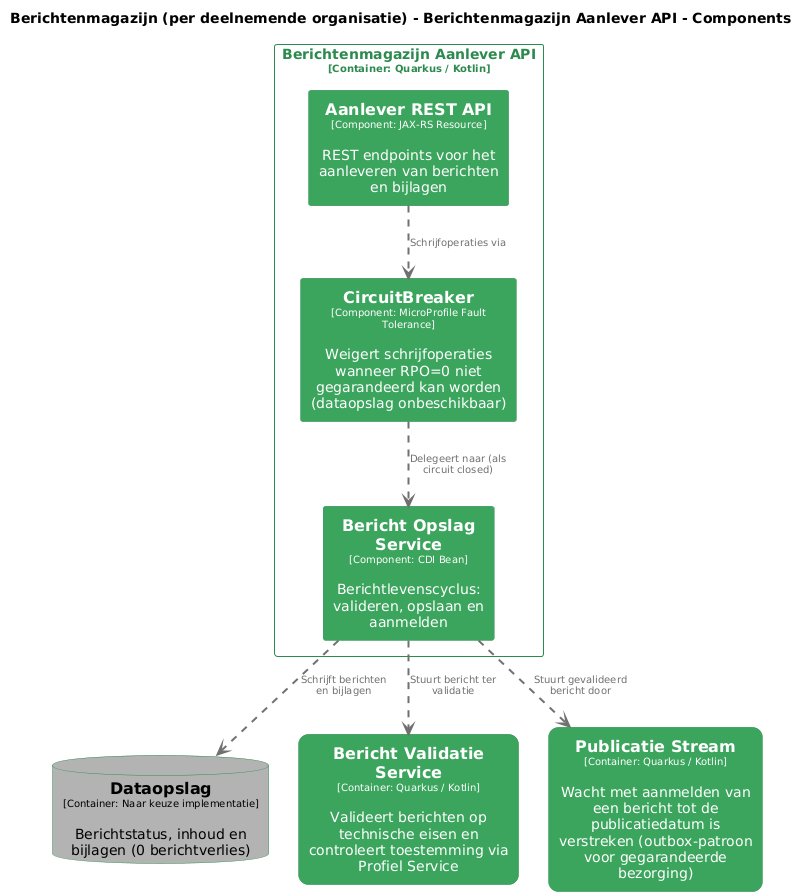
MinBZK/moza-poc-fbs-berichtenbox keeps this PlantUML diagram as pr-preview/pr-22/master/png/AanleverAPIComponenten.png. Above is the earlier version.
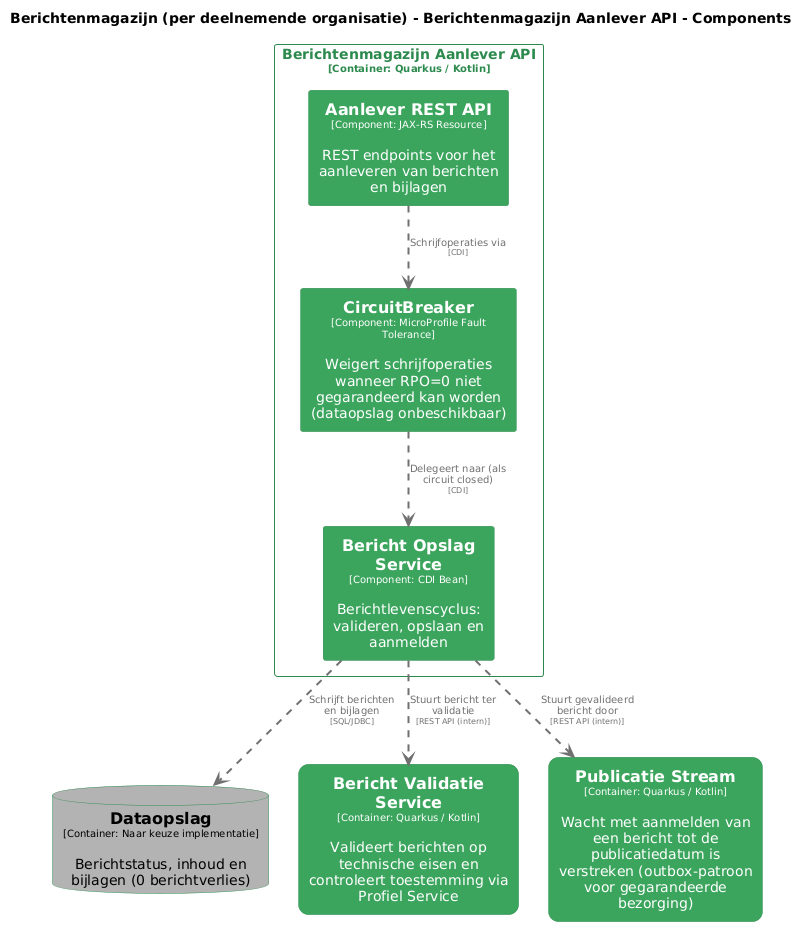
The same file after the commit.

Change to the diagram source:
```diff
@@ -69,9 +69,9 @@
   rectangle "==Bericht Opslag Service\n<size:10>[Component: CDI Bean]</size>\n\nBerichtlevenscyclus: valideren, opslaan en aanmelden" <<Berichtenmagazijnperdeelnemendeorganisatie.BerichtenmagazijnAanleverAPI.BerichtOpslagService>> as Berichtenmagazijnperdeelnemendeorganisatie.BerichtenmagazijnAanleverAPI.BerichtOpslagService
 }
 
-Berichtenmagazijnperdeelnemendeorganisatie.BerichtenmagazijnAanleverAPI.AanleverRESTAPI .[#707070,thickness=2].> Berichtenmagazijnperdeelnemendeorganisatie.BerichtenmagazijnAanleverAPI.CircuitBreaker : "<color:#707070>Schrijfoperaties via"
-Berichtenmagazijnperdeelnemendeorganisatie.BerichtenmagazijnAanleverAPI.CircuitBreaker .[#707070,thickness=2].> Berichtenmagazijnperdeelnemendeorganisatie.BerichtenmagazijnAanleverAPI.BerichtOpslagService : "<color:#707070>Delegeert naar (als circuit closed)"
-Berichtenmagazijnperdeelnemendeorganisatie.BerichtenmagazijnAanleverAPI.BerichtOpslagService .[#707070,thickness=2].> Berichtenmagazijnperdeelnemendeorganisatie.Dataopslag : "<color:#707070>Schrijft berichten en bijlagen"
-Berichtenmagazijnperdeelnemendeorganisatie.BerichtenmagazijnAanleverAPI.BerichtOpslagService .[#707070,thickness=2].> Berichtenmagazijnperdeelnemendeorganisatie.BerichtValidatieService : "<color:#707070>Stuurt bericht ter validatie"
-Berichtenmagazijnperdeelnemendeorganisatie.BerichtenmagazijnAanleverAPI.BerichtOpslagService .[#707070,thickness=2].> Berichtenmagazijnperdeelnemendeorganisatie.PublicatieStream : "<color:#707070>Stuurt gevalideerd bericht door"
+Berichtenmagazijnperdeelnemendeorganisatie.BerichtenmagazijnAanleverAPI.AanleverRESTAPI .[#707070,thickness=2].> Berichtenmagazijnperdeelnemendeorganisatie.BerichtenmagazijnAanleverAPI.CircuitBreaker : "<color:#707070>Schrijfoperaties via\n<color:#707070><size:8>[CDI]</size>"
+Berichtenmagazijnperdeelnemendeorganisatie.BerichtenmagazijnAanleverAPI.CircuitBreaker .[#707070,thickness=2].> Berichtenmagazijnperdeelnemendeorganisatie.BerichtenmagazijnAanleverAPI.BerichtOpslagService : "<color:#707070>Delegeert naar (als circuit closed)\n<color:#707070><size:8>[CDI]</size>"
+Berichtenmagazijnperdeelnemendeorganisatie.BerichtenmagazijnAanleverAPI.BerichtOpslagService .[#707070,thickness=2].> Berichtenmagazijnperdeelnemendeorganisatie.Dataopslag : "<color:#707070>Schrijft berichten en bijlagen\n<color:#707070><size:8>[SQL/JDBC]</size>"
+Berichtenmagazijnperdeelnemendeorganisatie.BerichtenmagazijnAanleverAPI.BerichtOpslagService .[#707070,thickness=2].> Berichtenmagazijnperdeelnemendeorganisatie.BerichtValidatieService : "<color:#707070>Stuurt bericht ter validatie\n<color:#707070><size:8>[REST API (intern)]</size>"
+Berichtenmagazijnperdeelnemendeorganisatie.BerichtenmagazijnAanleverAPI.BerichtOpslagService .[#707070,thickness=2].> Berichtenmagazijnperdeelnemendeorganisatie.PublicatieStream : "<color:#707070>Stuurt gevalideerd bericht door\n<color:#707070><size:8>[REST API (intern)]</size>"
 @enduml
```
